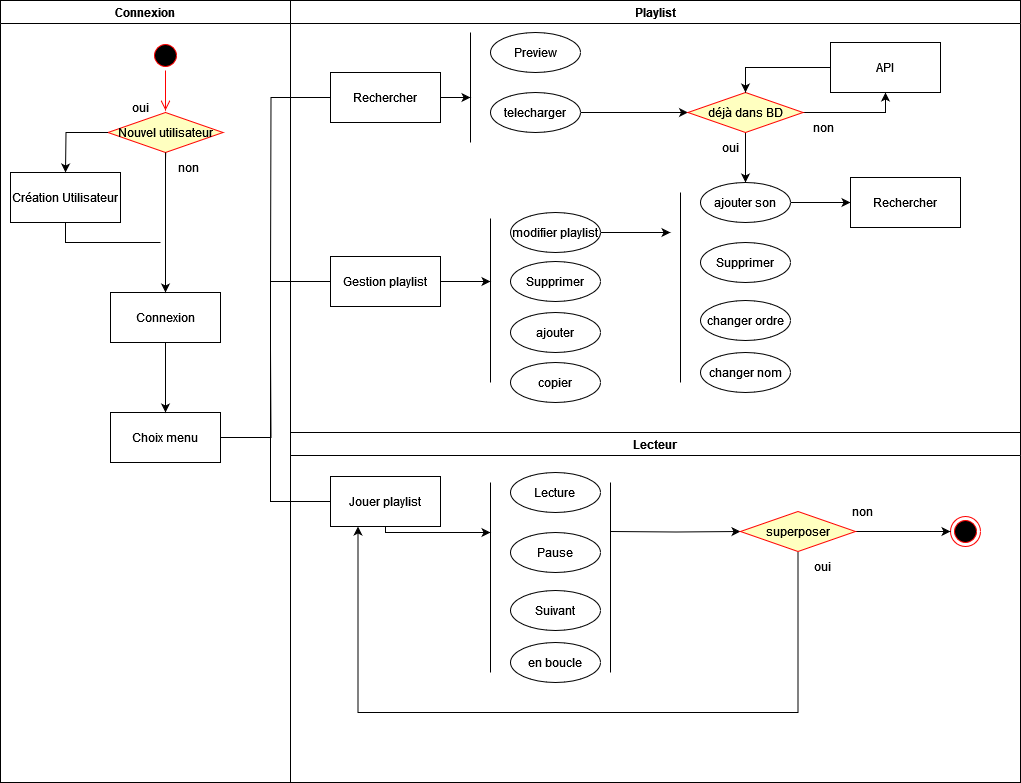
Above: doc/propre/LE_diag_activite.drawio.png in PepitoTSO/Projet-INFO-ENSAI-2A-Gr14 (draw.io), before the change. Source tidied: cells renumbered, new cells last; positions are measured from the earlier drawing's top-left corner, leaving out a move shared by most shapes.
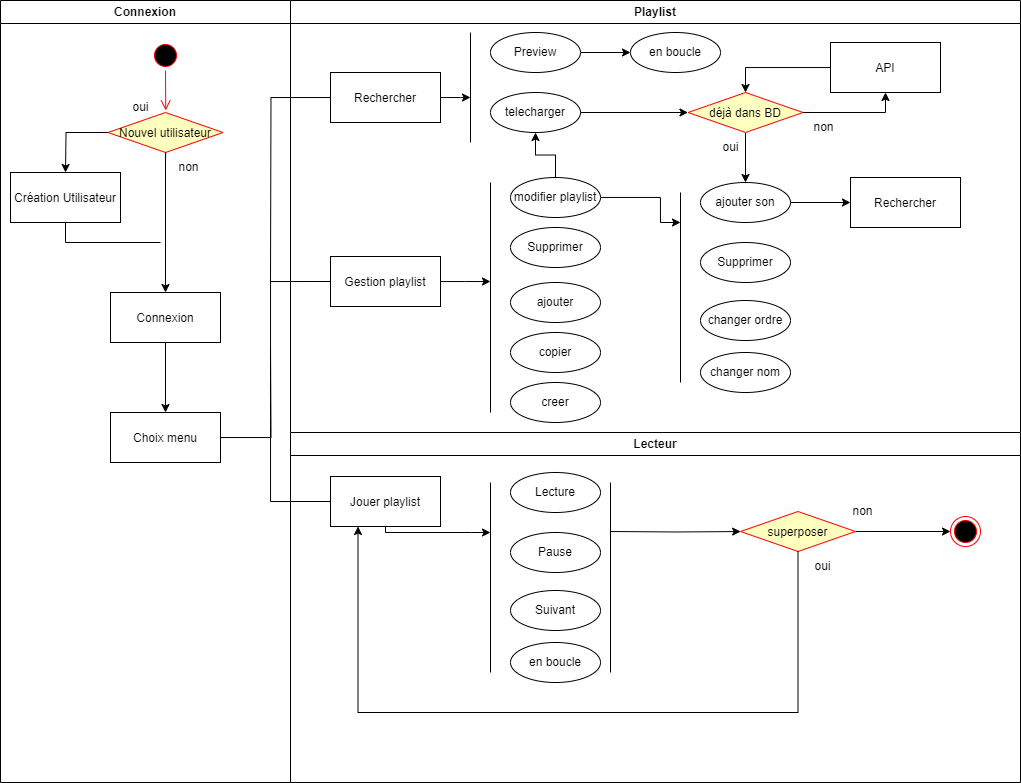
After the change.

What changed in the source:
```diff
@@ -79,15 +79,15 @@
       <mxGeometry x="200" y="92" width="90" height="40" as="geometry" />
     </mxCell>
     <mxCell id="22" value="Supprimer" style="ellipse;whiteSpace=wrap;html=1;" parent="17" vertex="1">
-      <mxGeometry x="220" y="261" width="90" height="40" as="geometry" />
+      <mxGeometry x="220" y="227" width="90" height="40" as="geometry" />
     </mxCell>
     <mxCell id="23" value="ajouter" style="ellipse;whiteSpace=wrap;html=1;" parent="17" vertex="1">
-      <mxGeometry x="220" y="312" width="90" height="40" as="geometry" />
+      <mxGeometry x="220" y="282" width="90" height="40" as="geometry" />
     </mxCell>
     <mxCell id="24" style="endArrow=none;html=1;rounded=0;" parent="17" edge="1">
       <mxGeometry relative="1" as="geometry">
-        <mxPoint x="200" y="382" as="sourcePoint" />
-        <mxPoint x="200" y="218" as="targetPoint" />
+        <mxPoint x="200" y="412" as="sourcePoint" />
+        <mxPoint x="200" y="182" as="targetPoint" />
       </mxGeometry>
     </mxCell>
     <mxCell id="25" style="edgeStyle=orthogonalEdgeStyle;rounded=0;jettySize=auto;html=1;" parent="17" edge="1" source="27" target="29">
@@ -137,16 +137,26 @@
         <mxPoint x="180" y="32" as="targetPoint" />
       </mxGeometry>
     </mxCell>
+    <mxCell id="64" style="edgeStyle=orthogonalEdgeStyle;rounded=0;jettySize=auto;html=1;" parent="17" edge="1" source="38" target="67">
+      <mxGeometry relative="1" as="geometry" />
+    </mxCell>
     <mxCell id="38" value="Preview" style="ellipse;whiteSpace=wrap;html=1;" parent="17" vertex="1">
       <mxGeometry x="200" y="32" width="90" height="40" as="geometry" />
     </mxCell>
     <mxCell id="39" style="edgeStyle=orthogonalEdgeStyle;rounded=0;jettySize=auto;html=1;" parent="17" edge="1" source="40">
       <mxGeometry relative="1" as="geometry">
-        <mxPoint x="380" y="232" as="targetPoint" />
+        <mxPoint x="390" y="222" as="targetPoint" />
+        <Array as="points">
+          <mxPoint x="370" y="197" />
+          <mxPoint x="370" y="222" />
+        </Array>
       </mxGeometry>
     </mxCell>
+    <mxCell id="65" style="edgeStyle=orthogonalEdgeStyle;rounded=0;jettySize=auto;html=1;" parent="17" edge="1" source="40" target="21">
+      <mxGeometry relative="1" as="geometry" />
+    </mxCell>
     <mxCell id="40" value="modifier playlist" style="ellipse;whiteSpace=wrap;html=1;" parent="17" vertex="1">
-      <mxGeometry x="220" y="212" width="90" height="40" as="geometry" />
+      <mxGeometry x="220" y="177" width="90" height="40" as="geometry" />
     </mxCell>
     <mxCell id="41" style="edgeStyle=orthogonalEdgeStyle;rounded=0;jettySize=auto;html=1;entryX=0.5;entryY=0;entryDx=0;entryDy=0;" parent="17" edge="1" source="42" target="27">
       <mxGeometry relative="1" as="geometry" />
@@ -161,8 +171,14 @@
       <mxGeometry x="410" y="352" width="90" height="40" as="geometry" />
     </mxCell>
     <mxCell id="45" value="copier" style="ellipse;whiteSpace=wrap;html=1;" parent="17" vertex="1">
-      <mxGeometry x="220" y="362" width="90" height="40" as="geometry" />
+      <mxGeometry x="220" y="332" width="90" height="40" as="geometry" />
     </mxCell>
+    <mxCell id="66" value="creer" style="ellipse;whiteSpace=wrap;html=1;" parent="17" vertex="1">
+      <mxGeometry x="220" y="382" width="90" height="40" as="geometry" />
+    </mxCell>
+    <mxCell id="67" value="en boucle" style="ellipse;whiteSpace=wrap;html=1;" parent="17" vertex="1">
+      <mxGeometry x="340" y="32" width="90" height="40" as="geometry" />
+    </mxCell>
     <mxCell id="46" value="Lecteur" style="swimlane;whiteSpace=wrap;html=1;" parent="1" vertex="1">
       <mxGeometry x="290" y="432" width="730" height="350" as="geometry" />
     </mxCell>
```
